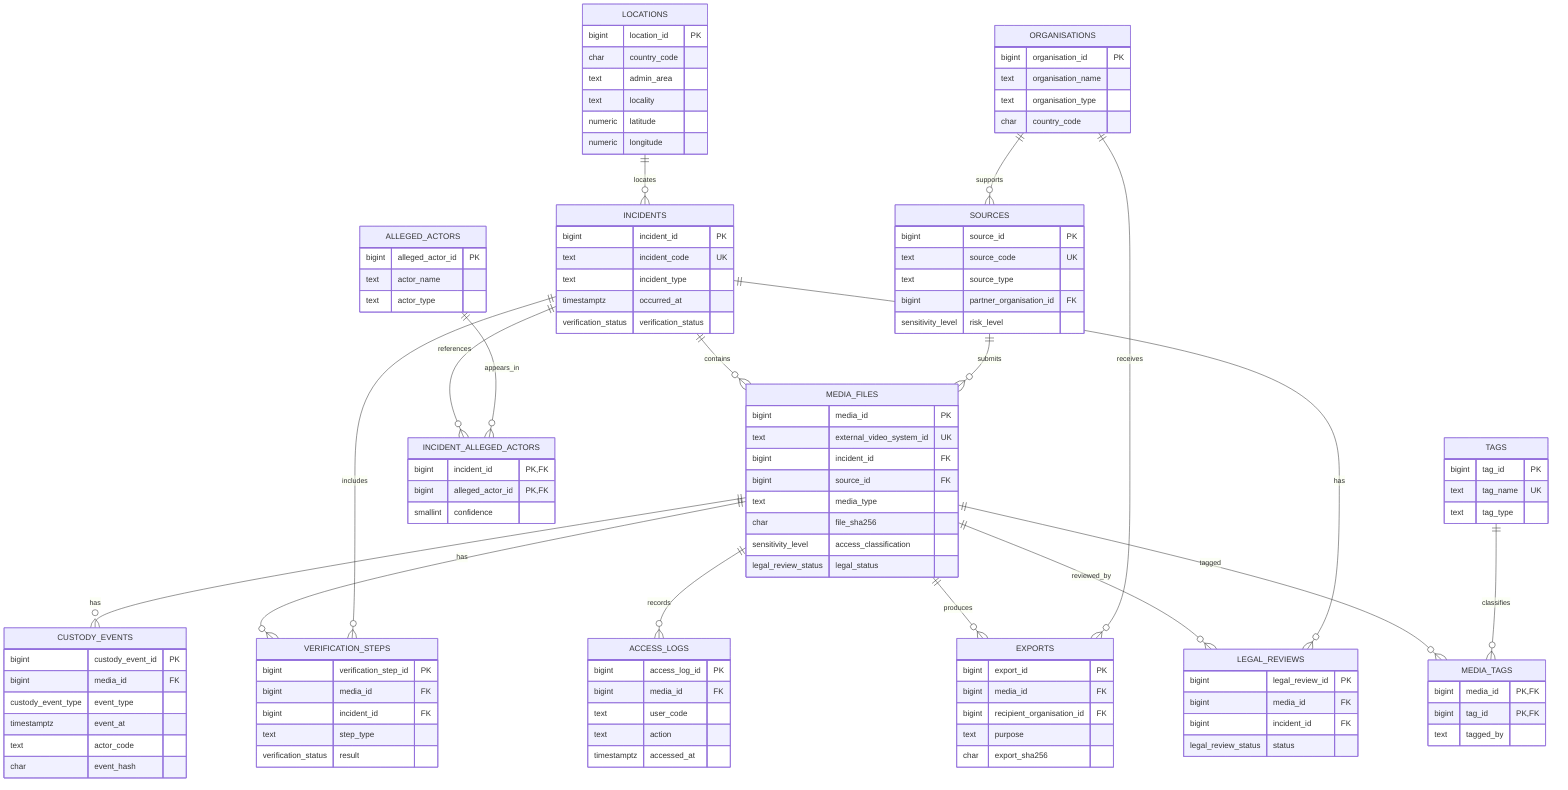
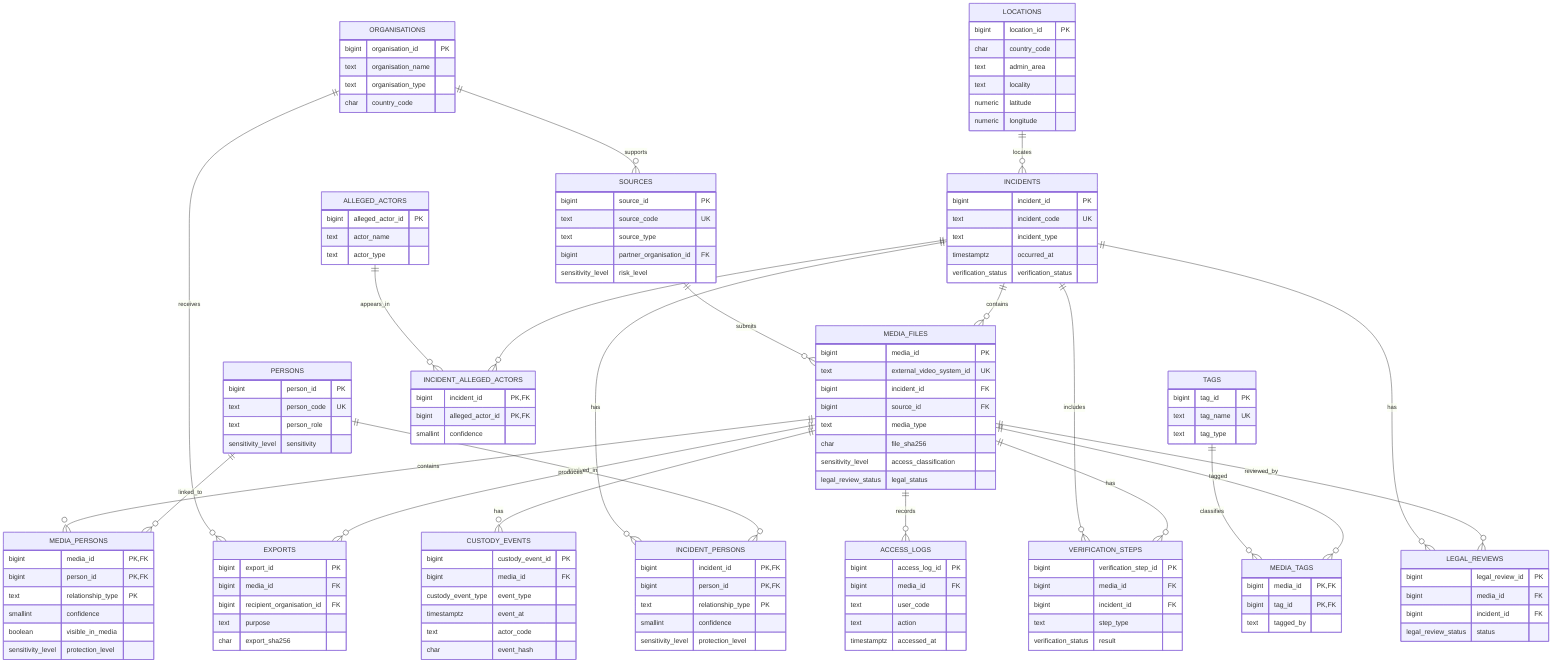
erDiagram
    ORGANISATIONS ||--o{ SOURCES : supports
    LOCATIONS ||--o{ INCIDENTS : locates
    INCIDENTS ||--o{ MEDIA_FILES : contains
    SOURCES ||--o{ MEDIA_FILES : submits
+     PERSONS ||--o{ INCIDENT_PERSONS : involved_in
+     INCIDENTS ||--o{ INCIDENT_PERSONS : has
+     PERSONS ||--o{ MEDIA_PERSONS : linked_to
+     MEDIA_FILES ||--o{ MEDIA_PERSONS : contains
    MEDIA_FILES ||--o{ CUSTODY_EVENTS : has
    MEDIA_FILES ||--o{ VERIFICATION_STEPS : has
    INCIDENTS ||--o{ VERIFICATION_STEPS : includes
    MEDIA_FILES ||--o{ ACCESS_LOGS : records
    MEDIA_FILES ||--o{ EXPORTS : produces
    ORGANISATIONS ||--o{ EXPORTS : receives
    MEDIA_FILES ||--o{ LEGAL_REVIEWS : reviewed_by
    INCIDENTS ||--o{ LEGAL_REVIEWS : has
    INCIDENTS ||--o{ INCIDENT_ALLEGED_ACTORS : references
    ALLEGED_ACTORS ||--o{ INCIDENT_ALLEGED_ACTORS : appears_in
    MEDIA_FILES ||--o{ MEDIA_TAGS : tagged
    TAGS ||--o{ MEDIA_TAGS : classifies

    ORGANISATIONS {
      bigint organisation_id PK
      text organisation_name
      text organisation_type
      char country_code
    }
    SOURCES {
      bigint source_id PK
      text source_code UK
      text source_type
      bigint partner_organisation_id FK
      sensitivity_level risk_level
    }
    INCIDENTS {
      bigint incident_id PK
      text incident_code UK
      text incident_type
      timestamptz occurred_at
      verification_status verification_status
    }
    MEDIA_FILES {
      bigint media_id PK
      text external_video_system_id UK
      bigint incident_id FK
      bigint source_id FK
      text media_type
      char file_sha256
      sensitivity_level access_classification
      legal_review_status legal_status
+     }
+     PERSONS {
+       bigint person_id PK
+       text person_code UK
+       text person_role
+       sensitivity_level sensitivity
+     }
+     INCIDENT_PERSONS {
+       bigint incident_id PK,FK
+       bigint person_id PK,FK
+       text relationship_type PK
+       smallint confidence
+       sensitivity_level protection_level
+     }
+     MEDIA_PERSONS {
+       bigint media_id PK,FK
+       bigint person_id PK,FK
+       text relationship_type PK
+       smallint confidence
+       boolean visible_in_media
+       sensitivity_level protection_level
    }
    CUSTODY_EVENTS {
      bigint custody_event_id PK
      bigint media_id FK
      custody_event_type event_type
      timestamptz event_at
      text actor_code
      char event_hash
    }
    VERIFICATION_STEPS {
      bigint verification_step_id PK
      bigint media_id FK
      bigint incident_id FK
      text step_type
      verification_status result
    }
    LEGAL_REVIEWS {
      bigint legal_review_id PK
      bigint media_id FK
      bigint incident_id FK
      legal_review_status status
    }
    ACCESS_LOGS {
      bigint access_log_id PK
      bigint media_id FK
      text user_code
      text action
      timestamptz accessed_at
    }
    EXPORTS {
      bigint export_id PK
      bigint media_id FK
      bigint recipient_organisation_id FK
      text purpose
      char export_sha256
    }
    TAGS {
      bigint tag_id PK
      text tag_name UK
      text tag_type
    }
    MEDIA_TAGS {
      bigint media_id PK,FK
      bigint tag_id PK,FK
      text tagged_by
    }
    ALLEGED_ACTORS {
      bigint alleged_actor_id PK
      text actor_name
      text actor_type
    }
    INCIDENT_ALLEGED_ACTORS {
      bigint incident_id PK,FK
      bigint alleged_actor_id PK,FK
      smallint confidence
    }
    LOCATIONS {
      bigint location_id PK
      char country_code
      text admin_area
      text locality
      numeric latitude
      numeric longitude
    }
- 
